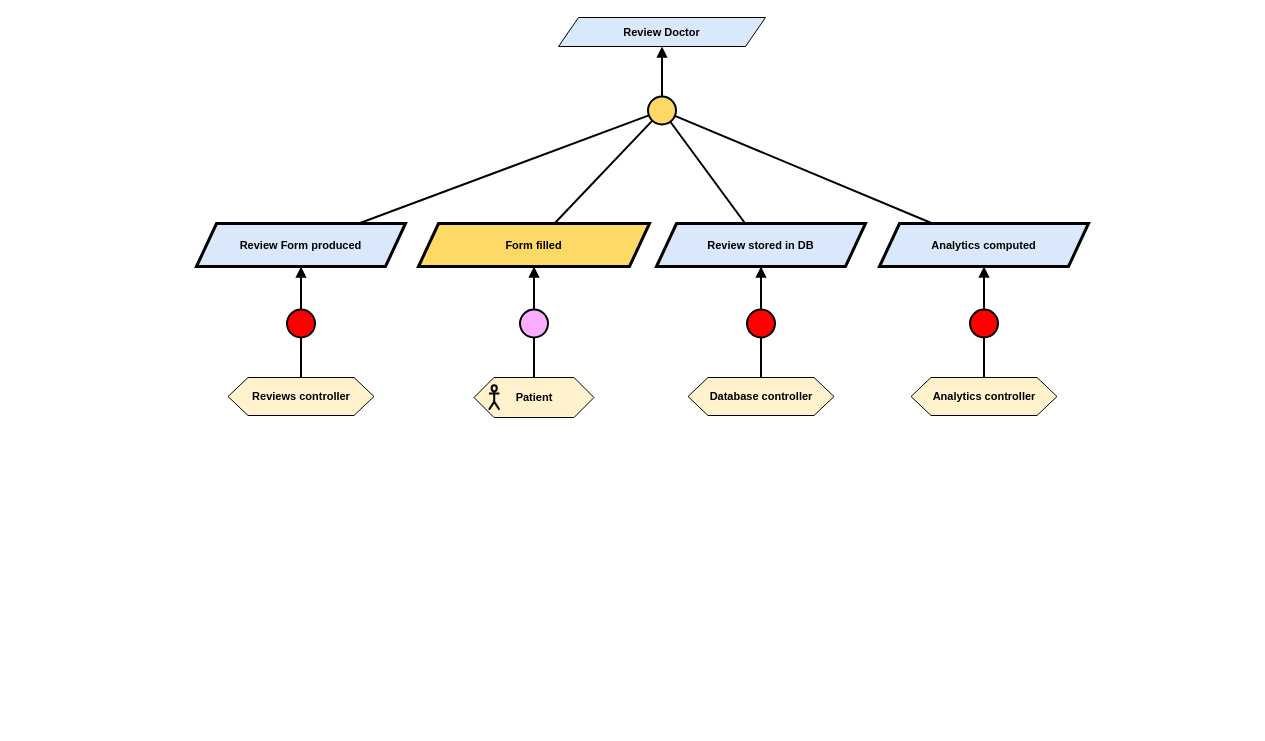
RafaelCMira/myclinic-msp-project keeps this draw.io diagram as Kaos/KAOS 13.drawio. Above is the earlier version. Source tidied: cells renumbered, new cells numbered last; positions are measured from the earlier drawing's top-left corner, leaving out a move shared by most shapes. Both pictures are drawn from the tidied source at 100%, with x=0, y=0 at pixel (196, 17).
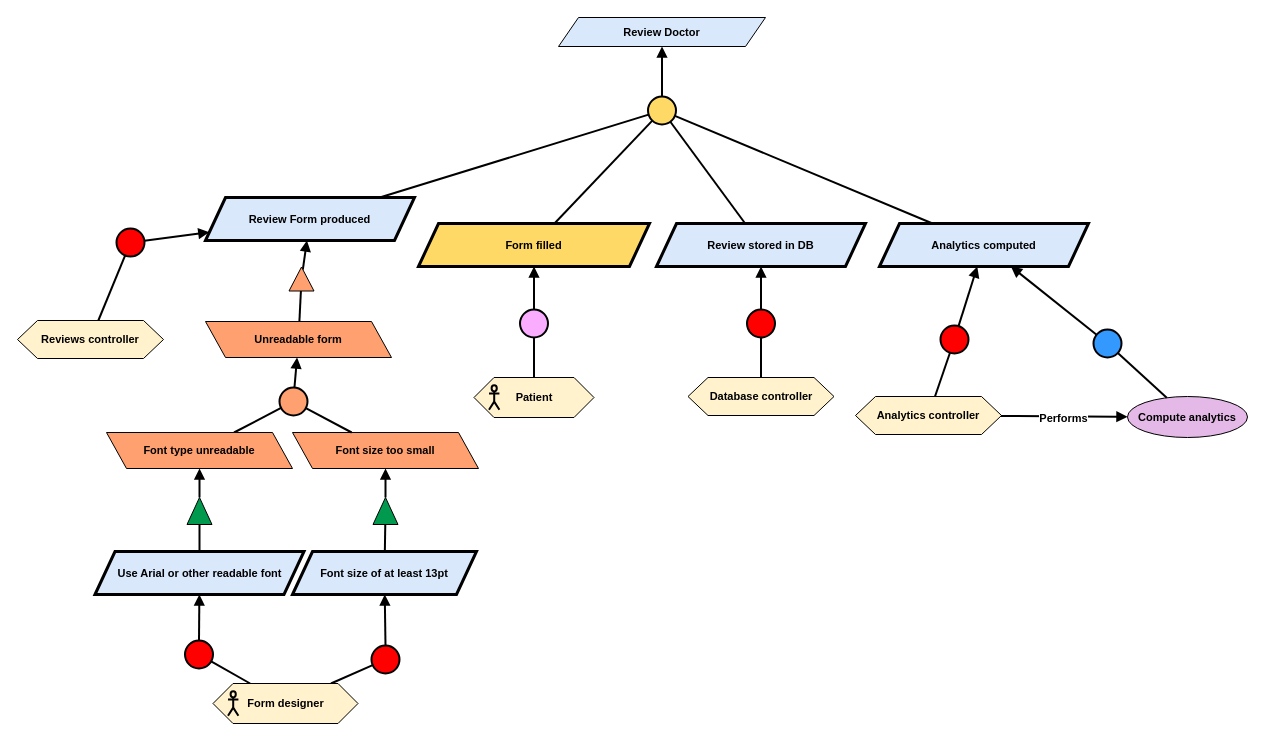
The same page after the edit.

Unchanged cells that the change refers to:
```xml
<mxCell id="20" value="&lt;b&gt;Analytics computed&lt;/b&gt;" style="shape=parallelogram;perimeter=parallelogramPerimeter;whiteSpace=wrap;html=1;fixedSize=1;fillColor=#dae8fc;strokeColor=#000000;strokeWidth=3;fontFamily=Helvetica;fontSize=11;fontColor=default;labelBackgroundColor=none;" parent="1" vertex="1">
  <mxGeometry x="683" y="206" width="209" height="43" as="geometry" />
</mxCell>
```

The edit, as a diff of the source:
```diff
@@
     <mxCell id="6" value="&lt;b&gt;Review Form produced&lt;/b&gt;" style="shape=parallelogram;perimeter=parallelogramPerimeter;whiteSpace=wrap;html=1;fixedSize=1;fillColor=#dae8fc;strokeColor=#000000;strokeWidth=3;fontFamily=Helvetica;fontSize=11;fontColor=default;labelBackgroundColor=none;" parent="1" vertex="1">
-      <mxGeometry y="206" width="209" height="43" as="geometry" />
+      <mxGeometry x="9" y="180" width="209" height="43" as="geometry" />
     </mxCell>
@@
     <mxCell id="23" value="&lt;div&gt;&lt;b&gt;Analytics controller&lt;/b&gt;&lt;/div&gt;" style="shape=hexagon;perimeter=hexagonPerimeter2;whiteSpace=wrap;html=1;fixedSize=1;fillColor=#FFF2CC;fontFamily=Helvetica;fontSize=11;fontColor=default;labelBackgroundColor=none;" parent="1" vertex="1">
-      <mxGeometry x="714.5" y="360" width="146" height="38" as="geometry" />
+      <mxGeometry x="659" y="379" width="146" height="38" as="geometry" />
     </mxCell>
     <mxCell id="24" style="ellipse;whiteSpace=wrap;html=1;fillColor=#FF0000;strokeWidth=2;" parent="1" vertex="1">
-      <mxGeometry x="773.5" y="292" width="28" height="28" as="geometry" />
+      <mxGeometry x="744" y="308" width="28" height="28" as="geometry" />
     </mxCell>
@@
     <mxCell id="27" value="&lt;div&gt;&lt;b&gt;Reviews controller&lt;/b&gt;&lt;/div&gt;" style="shape=hexagon;perimeter=hexagonPerimeter2;whiteSpace=wrap;html=1;fixedSize=1;fillColor=#FFF2CC;fontFamily=Helvetica;fontSize=11;fontColor=default;labelBackgroundColor=none;" parent="1" vertex="1">
-      <mxGeometry x="31.5" y="360" width="146" height="38" as="geometry" />
+      <mxGeometry x="-179" y="303" width="146" height="38" as="geometry" />
     </mxCell>
     <mxCell id="28" style="ellipse;whiteSpace=wrap;html=1;fillColor=#FF0000;strokeWidth=2;" parent="1" vertex="1">
-      <mxGeometry x="90.5" y="292" width="28" height="28" as="geometry" />
+      <mxGeometry x="-80" y="211" width="28" height="28" as="geometry" />
     </mxCell>
@@
+    <mxCell id="31" style="endArrow=block;html=1;rounded=0;endFill=1;strokeWidth=2;" parent="1" edge="1" source="33" target="6">
+      <mxGeometry relative="1" as="geometry" />
+    </mxCell>
+    <mxCell id="32" style="endArrow=none;html=1;rounded=0;strokeWidth=2;" parent="1" edge="1" source="34" target="33">
+      <mxGeometry relative="1" as="geometry" />
+    </mxCell>
+    <mxCell id="33" style="triangle;whiteSpace=wrap;html=1;rotation=-90;fillColor=#FFA070;" parent="1" vertex="1">
+      <mxGeometry x="93" y="249" width="24" height="25" as="geometry" />
+    </mxCell>
+    <mxCell id="34" value="Unreadable form" style="shape=parallelogram;perimeter=parallelogramPerimeter;whiteSpace=wrap;html=1;fixedSize=1;fillColor=#FFA070;fontStyle=1;fontFamily=Helvetica;fontSize=11;fontColor=default;labelBackgroundColor=none;flipH=1;flipV=0;" parent="1" vertex="1">
+      <mxGeometry x="9" y="304" width="186" height="36" as="geometry" />
+    </mxCell>
+    <mxCell id="35" value="Font size too small" style="shape=parallelogram;perimeter=parallelogramPerimeter;whiteSpace=wrap;html=1;fixedSize=1;fillColor=#FFA070;fontStyle=1;fontFamily=Helvetica;fontSize=11;fontColor=default;labelBackgroundColor=none;flipH=1;flipV=0;" parent="1" vertex="1">
+      <mxGeometry x="96" y="415" width="186" height="36" as="geometry" />
+    </mxCell>
+    <mxCell id="36" style="ellipse;whiteSpace=wrap;html=1;fillColor=#FFA070;strokeWidth=2;" parent="1" vertex="1">
+      <mxGeometry x="83" y="370" width="28" height="28" as="geometry" />
+    </mxCell>
+    <mxCell id="37" style="endArrow=block;html=1;rounded=0;endFill=1;strokeWidth=2;" parent="1" edge="1" source="36" target="34">
+      <mxGeometry relative="1" as="geometry" />
+    </mxCell>
+    <mxCell id="38" style="endArrow=none;html=1;rounded=0;strokeWidth=2;" parent="1" edge="1" source="35" target="36">
+      <mxGeometry relative="1" as="geometry" />
+    </mxCell>
+    <mxCell id="39" style="endArrow=none;html=1;rounded=0;strokeWidth=2;" parent="1" edge="1" source="44" target="36">
+      <mxGeometry relative="1" as="geometry" />
+    </mxCell>
+    <mxCell id="40" value="&lt;b&gt;Font size of at least 13pt&lt;/b&gt;" style="shape=parallelogram;perimeter=parallelogramPerimeter;whiteSpace=wrap;html=1;fixedSize=1;fillColor=#dae8fc;strokeColor=#000000;strokeWidth=3;fontFamily=Helvetica;fontSize=11;fontColor=default;labelBackgroundColor=none;" parent="1" vertex="1">
+      <mxGeometry x="96" y="534" width="184" height="43" as="geometry" />
+    </mxCell>
+    <mxCell id="41" style="endArrow=block;html=1;rounded=0;endFill=1;strokeWidth=2;" parent="1" edge="1" source="43" target="35">
+      <mxGeometry relative="1" as="geometry" />
+    </mxCell>
+    <mxCell id="42" style="endArrow=none;html=1;rounded=0;strokeWidth=2;" parent="1" edge="1" source="40" target="43">
+      <mxGeometry relative="1" as="geometry" />
+    </mxCell>
+    <mxCell id="43" style="triangle;whiteSpace=wrap;html=1;rotation=-90;fillColor=#00994D;" parent="1" vertex="1">
+      <mxGeometry x="175.5" y="481" width="27" height="25" as="geometry" />
+    </mxCell>
+    <mxCell id="44" value="Font type unreadable" style="shape=parallelogram;perimeter=parallelogramPerimeter;whiteSpace=wrap;html=1;fixedSize=1;fillColor=#FFA070;fontStyle=1;fontFamily=Helvetica;fontSize=11;fontColor=default;labelBackgroundColor=none;flipH=1;flipV=0;" parent="1" vertex="1">
+      <mxGeometry x="-90" y="415" width="186" height="36" as="geometry" />
+    </mxCell>
+    <mxCell id="45" value="&lt;b&gt;Use Arial or other readable font&lt;/b&gt;" style="shape=parallelogram;perimeter=parallelogramPerimeter;whiteSpace=wrap;html=1;fixedSize=1;fillColor=#dae8fc;strokeColor=#000000;strokeWidth=3;fontFamily=Helvetica;fontSize=11;fontColor=default;labelBackgroundColor=none;" parent="1" vertex="1">
+      <mxGeometry x="-101.5" y="534" width="209" height="43" as="geometry" />
+    </mxCell>
+    <mxCell id="46" style="endArrow=block;html=1;rounded=0;endFill=1;strokeWidth=2;" parent="1" edge="1" source="48" target="44">
+      <mxGeometry relative="1" as="geometry" />
+    </mxCell>
+    <mxCell id="47" style="endArrow=none;html=1;rounded=0;strokeWidth=2;" parent="1" edge="1" source="45" target="48">
+      <mxGeometry relative="1" as="geometry" />
+    </mxCell>
+    <mxCell id="48" style="triangle;whiteSpace=wrap;html=1;rotation=-90;fillColor=#00994D;" parent="1" vertex="1">
+      <mxGeometry x="-10.5" y="481" width="27" height="25" as="geometry" />
+    </mxCell>
+    <mxCell id="49" style="ellipse;whiteSpace=wrap;html=1;fillColor=#FF0000;strokeWidth=2;" parent="1" vertex="1">
+      <mxGeometry x="-11.5" y="623" width="28" height="28" as="geometry" />
+    </mxCell>
+    <mxCell id="50" style="endArrow=block;html=1;rounded=0;endFill=1;strokeWidth=2;" parent="1" edge="1" source="49" target="45">
+      <mxGeometry relative="1" as="geometry" />
+    </mxCell>
+    <mxCell id="51" style="endArrow=none;html=1;rounded=0;strokeWidth=2;" parent="1" edge="1" source="56" target="49">
+      <mxGeometry relative="1" as="geometry" />
+    </mxCell>
+    <mxCell id="52" style="ellipse;whiteSpace=wrap;html=1;fillColor=#FF0000;strokeWidth=2;" parent="1" vertex="1">
+      <mxGeometry x="175" y="628" width="28" height="28" as="geometry" />
+    </mxCell>
+    <mxCell id="53" style="endArrow=block;html=1;rounded=0;endFill=1;strokeWidth=2;" parent="1" edge="1" source="52" target="40">
+      <mxGeometry relative="1" as="geometry" />
+    </mxCell>
+    <mxCell id="54" style="endArrow=none;html=1;rounded=0;strokeWidth=2;" parent="1" edge="1" source="56" target="52">
+      <mxGeometry relative="1" as="geometry" />
+    </mxCell>
+    <mxCell id="55" style="group;" parent="1" vertex="1">
+      <mxGeometry x="16.5" y="666" width="145" height="40" as="geometry" />
+    </mxCell>
+    <mxCell id="56" value="&lt;b&gt;Form designer&lt;/b&gt;" style="shape=hexagon;perimeter=hexagonPerimeter2;whiteSpace=wrap;html=1;fixedSize=1;fillColor=#FFF2CC;fontFamily=Helvetica;fontSize=11;fontColor=default;labelBackgroundColor=none;" parent="55" vertex="1">
+      <mxGeometry width="145" height="40" as="geometry" />
+    </mxCell>
+    <mxCell id="57" style="shape=umlActor;verticalLabelPosition=bottom;verticalAlign=top;html=1;fillColor=none;strokeWidth=2;fontFamily=Helvetica;fontSize=11;fontColor=default;labelBackgroundColor=default;" parent="55" vertex="1">
+      <mxGeometry x="15" y="7.8" width="10.4" height="24.5" as="geometry" />
+    </mxCell>
+    <mxCell id="58" value="&lt;b&gt;Compute analytics&lt;/b&gt;" style="ellipse;whiteSpace=wrap;html=1;fillColor=#E4B9E7;strokeColor=#000000;fontFamily=Helvetica;fontSize=11;fontColor=default;labelBackgroundColor=none;" parent="1" vertex="1">
+      <mxGeometry x="931" y="379" width="120" height="41" as="geometry" />
+    </mxCell>
+    <mxCell id="59" style="endArrow=block;html=1;rounded=0;endFill=1;strokeWidth=2;" parent="1" edge="1" source="23" target="58">
+      <mxGeometry relative="1" as="geometry" />
+    </mxCell>
+    <mxCell id="60" value="&lt;b&gt;Performs&lt;/b&gt;" style="edgeLabel;html=1;align=center;verticalAlign=middle;" parent="59" vertex="1">
+      <mxGeometry x="-0.02" y="-2" relative="1" as="geometry" />
+    </mxCell>
+    <mxCell id="61" style="ellipse;whiteSpace=wrap;html=1;fillColor=#3399FF;strokeWidth=2;" parent="1" vertex="1">
+      <mxGeometry x="897" y="312" width="28" height="28" as="geometry" />
+    </mxCell>
+    <mxCell id="62" style="endArrow=block;html=1;rounded=0;endFill=1;strokeWidth=2;" parent="1" edge="1" source="61" target="20">
+      <mxGeometry relative="1" as="geometry" />
+    </mxCell>
+    <mxCell id="63" style="endArrow=none;html=1;rounded=0;strokeWidth=2;" parent="1" edge="1" source="58" target="61">
+      <mxGeometry relative="1" as="geometry" />
+    </mxCell>
```
